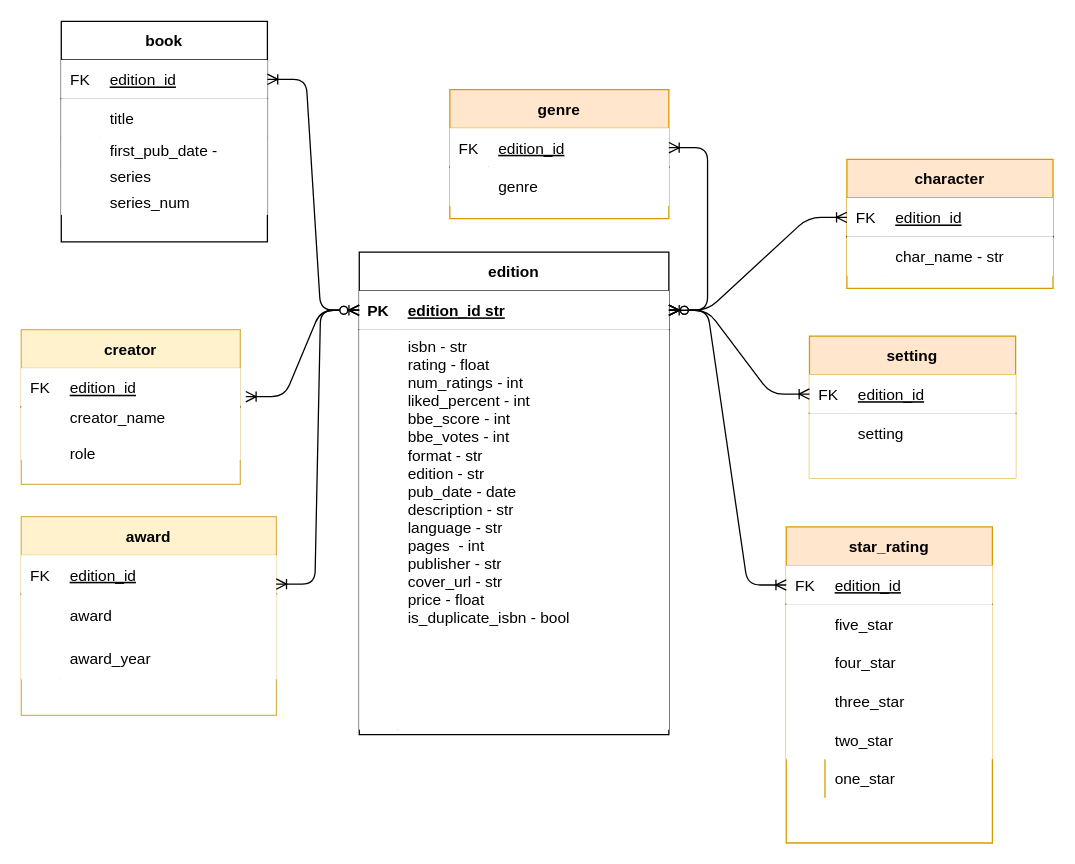
The draw.io diagram artifacts/books_db.drawio in codeslp/books_db, before the edit. Source tidied: cells renumbered, new cells numbered last; positions are measured from the earlier drawing's top-left corner, leaving out a move shared by most shapes. Both pictures are drawn from the tidied source at 129%, with x=0, y=0 at pixel (21, 21).
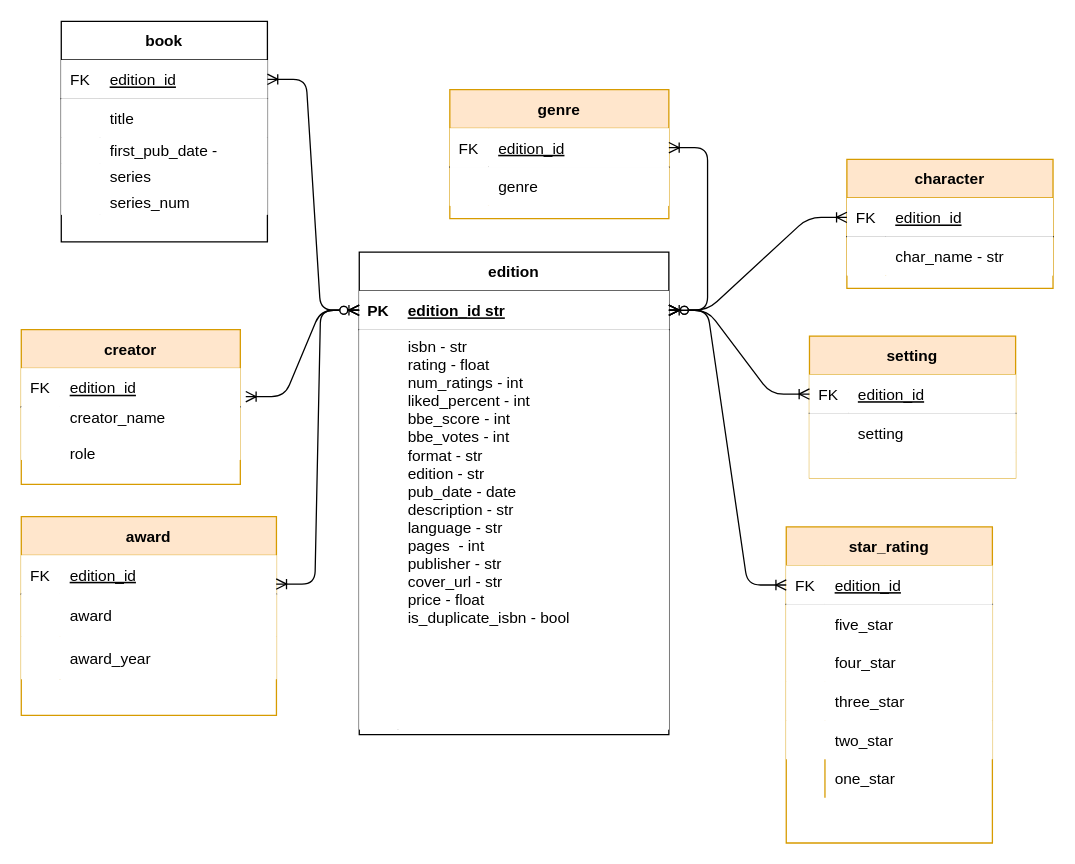
Above is the later version.

The change refers to these unchanged cells:
```xml
<mxCell id="31" style="group;" parent="1" vertex="1">
  <mxGeometry y="384" width="197.8" height="184" as="geometry" />
</mxCell>
```

What changed in the source:
```diff
@@
-    <mxCell id="10" value="creator" style="shape=table;startSize=30;childLayout=tableLayout;rowLines=0;fontStyle=1;align=center;fillColor=#fff2cc;strokeColor=#d6b656;" parent="1" vertex="1">
+    <mxCell id="10" value="creator" style="shape=table;startSize=30;childLayout=tableLayout;rowLines=0;fontStyle=1;align=center;fillColor=#ffe6cc;strokeColor=#d79b00;" parent="1" vertex="1">
       <mxGeometry y="239" width="169.8" height="120" as="geometry" />
     </mxCell>
@@
-    <mxCell id="32" value="award" style="shape=table;startSize=30;childLayout=tableLayout;rowLines=0;fontStyle=1;align=center;fillColor=#fff2cc;strokeColor=#d6b656;" parent="31" vertex="1">
+    <mxCell id="32" value="award" style="shape=table;startSize=30;childLayout=tableLayout;rowLines=0;fontStyle=1;align=center;fillColor=#ffe6cc;strokeColor=#d79b00;" parent="31" vertex="1">
       <mxGeometry width="197.8" height="154" as="geometry" />
     </mxCell>
```
